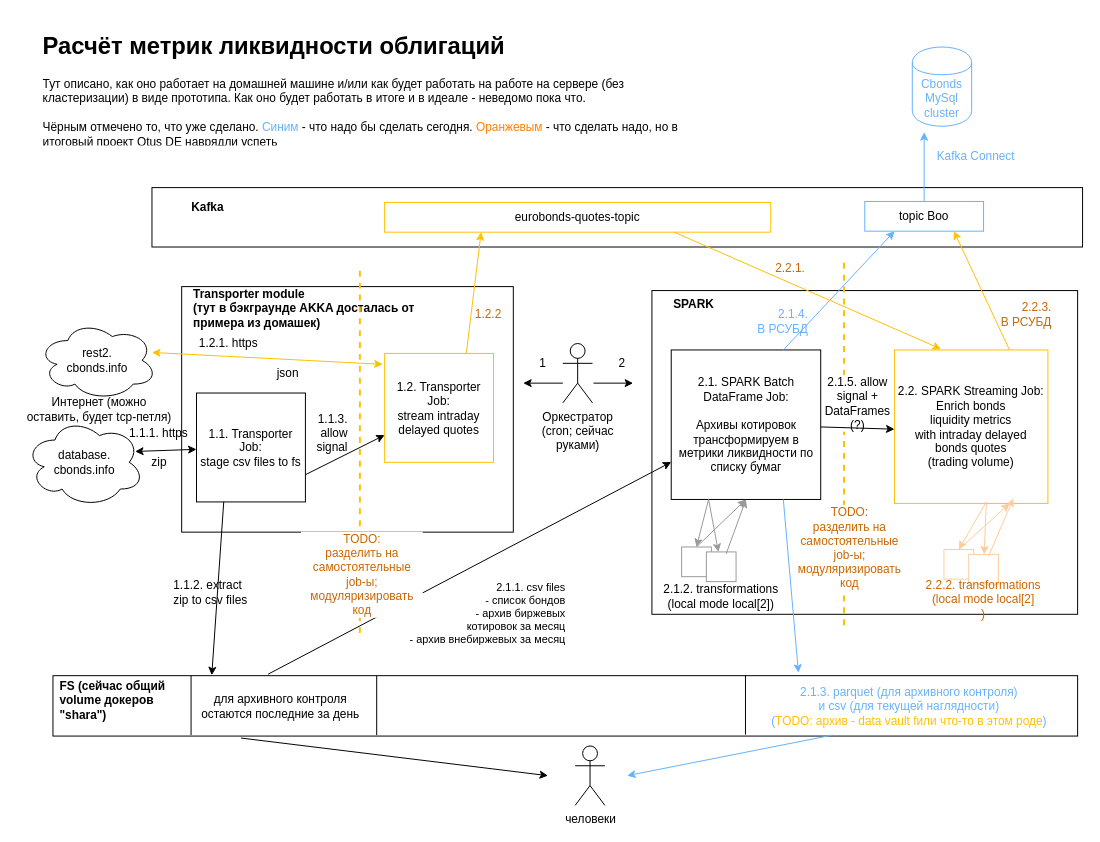
Earlier version of the draw.io diagram arch.drawio (sergei-baranov/eurobonds_liquidity). Source tidied: cells renumbered, new cells numbered last; positions are measured from the earlier drawing's top-left corner, leaving out a move shared by most shapes. Both pictures are drawn from the tidied source at 99%, with x=0, y=0 at pixel (17, 27).
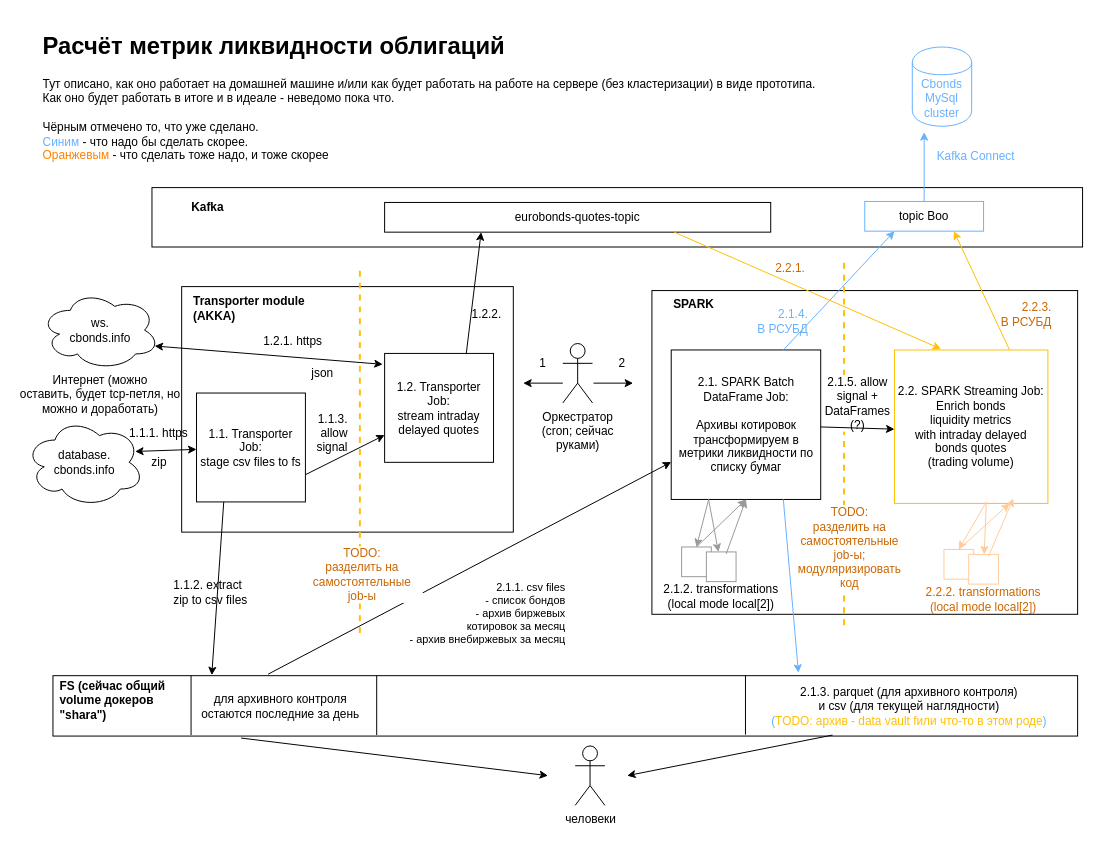
Above is the later version.

Commit message (it also covers changes not shown here):
отразил на схеме прогресс работы

What changed in the source:
```diff
@@
-    <mxCell id="5" value="Transporter module&lt;br&gt;(тут в бэкграунде AKKA досталась от примера из домашек)" style="text;html=1;strokeColor=none;fillColor=none;align=left;verticalAlign=middle;whiteSpace=wrap;rounded=0;fontStyle=1;" parent="1" vertex="1">
+    <mxCell id="5" value="Transporter module&lt;br&gt;(AKKA)" style="text;html=1;strokeColor=none;fillColor=none;align=left;verticalAlign=middle;whiteSpace=wrap;rounded=0;fontStyle=1;" parent="1" vertex="1">
       <mxGeometry x="176" y="274" width="270" height="20" as="geometry" />
     </mxCell>
@@
-    <mxCell id="9" value="1.2. Transporter Job:&lt;br&gt;stream intraday delayed quotes" style="whiteSpace=wrap;html=1;strokeColor=#FFC001;" parent="1" vertex="1">
+    <mxCell id="9" value="1.2. Transporter Job:&lt;br&gt;stream intraday delayed quotes" style="whiteSpace=wrap;html=1;strokeColor=#000000;fontColor=#000000;" parent="1" vertex="1">
       <mxGeometry x="371" y="329.5" width="110" height="110" as="geometry" />
     </mxCell>
@@
-    <mxCell id="16" value="rest2.&lt;br&gt;cbonds.info" style="ellipse;shape=cloud;whiteSpace=wrap;html=1;" parent="1" vertex="1">
-      <mxGeometry x="21" y="296.5" width="120" height="80" as="geometry" />
+    <mxCell id="16" value="ws.&lt;br&gt;cbonds.info" style="ellipse;shape=cloud;whiteSpace=wrap;html=1;" parent="1" vertex="1">
+      <mxGeometry x="23.5" y="266" width="120" height="80" as="geometry" />
     </mxCell>
     <mxCell id="17" value="1.2.1. https" style="text;html=1;strokeColor=none;fillColor=none;align=center;verticalAlign=middle;whiteSpace=wrap;rounded=0;" parent="1" vertex="1">
-      <mxGeometry x="181" y="310" width="65" height="20" as="geometry" />
+      <mxGeometry x="246" y="307" width="65" height="20" as="geometry" />
     </mxCell>
     <mxCell id="18" value="json" style="text;html=1;strokeColor=none;fillColor=none;align=center;verticalAlign=middle;whiteSpace=wrap;rounded=0;" parent="1" vertex="1">
-      <mxGeometry x="251" y="340" width="45" height="20" as="geometry" />
+      <mxGeometry x="286" y="340" width="45" height="20" as="geometry" />
     </mxCell>
-    <mxCell id="19" style="endArrow=classic;html=1;exitX=0.75;exitY=0;exitDx=0;exitDy=0;entryX=0.25;entryY=1;entryDx=0;entryDy=0;strokeColor=#FFC001;" parent="1" edge="1" source="9" target="47">
+    <mxCell id="19" style="endArrow=classic;html=1;exitX=0.75;exitY=0;exitDx=0;exitDy=0;entryX=0.25;entryY=1;entryDx=0;entryDy=0;strokeColor=#000000;" parent="1" edge="1" source="9" target="47">
       <mxGeometry relative="1" as="geometry" />
     </mxCell>
@@
-    <mxCell id="22" style="endArrow=classic;startArrow=classic;html=1;exitX=0.958;exitY=0.4;exitDx=0;exitDy=0;exitPerimeter=0;entryX=-0.018;entryY=0.1;entryDx=0;entryDy=0;entryPerimeter=0;fontColor=#000000;strokeColor=#FFC001;" parent="1" edge="1" source="16" target="9">
+    <mxCell id="22" style="endArrow=classic;startArrow=classic;html=1;exitX=0.96;exitY=0.7;exitDx=0;exitDy=0;exitPerimeter=0;entryX=-0.018;entryY=0.1;entryDx=0;entryDy=0;entryPerimeter=0;fontColor=#000000;strokeColor=#000000;" parent="1" edge="1" source="16" target="9">
       <mxGeometry relative="1" as="geometry" />
     </mxCell>
@@
-    <mxCell id="30" value="1.2.2" style="text;html=1;strokeColor=none;fillColor=none;align=center;verticalAlign=middle;whiteSpace=wrap;rounded=0;fontColor=#CC6600;" parent="1" vertex="1">
+    <mxCell id="30" value="1.2.2.&amp;nbsp;" style="text;html=1;strokeColor=none;fillColor=none;align=center;verticalAlign=middle;whiteSpace=wrap;rounded=0;fontColor=#000000;" parent="1" vertex="1">
       <mxGeometry x="456" y="279.5" width="40" height="20" as="geometry" />
     </mxCell>
@@
-    <mxCell id="41" value="2.1.3. parquet (для архивного контроля)&lt;br&gt;и csv (для текущей наглядности)&lt;br&gt;(&lt;font color=&quot;#ffc001&quot;&gt;TODO: архив - data vault fили что-то в этом роде&lt;/font&gt;)" style="text;html=1;strokeColor=none;fillColor=none;align=center;verticalAlign=middle;whiteSpace=wrap;rounded=0;fontColor=#66B2FF;labelBackgroundColor=none;" parent="1" vertex="1">
+    <mxCell id="41" value="&lt;font color=&quot;#000000&quot;&gt;2.1.3. parquet (для архивного контроля)&lt;br&gt;и csv (для текущей наглядности)&lt;/font&gt;&lt;br&gt;(&lt;font color=&quot;#ffc001&quot;&gt;TODO: архив - data vault fили что-то в этом роде&lt;/font&gt;)" style="text;html=1;strokeColor=none;fillColor=none;align=center;verticalAlign=middle;whiteSpace=wrap;rounded=0;fontColor=#66B2FF;labelBackgroundColor=none;" parent="1" vertex="1">
       <mxGeometry x="746" y="656" width="310" height="59" as="geometry" />
     </mxCell>
@@
-    <mxCell id="47" value="eurobonds-quotes-topic" style="rounded=0;whiteSpace=wrap;html=1;strokeColor=#FFC001;" parent="1" vertex="1">
+    <mxCell id="47" value="eurobonds-quotes-topic" style="rounded=0;whiteSpace=wrap;html=1;strokeColor=#000000;" parent="1" vertex="1">
       <mxGeometry x="371" y="177" width="390" height="30" as="geometry" />
     </mxCell>
@@
-    <mxCell id="50" value="TODO:&lt;br&gt;разделить на самостоятельные&lt;br&gt;job-ы; модуляризировать код" style="text;html=1;strokeColor=none;fillColor=none;align=center;verticalAlign=middle;whiteSpace=wrap;rounded=0;fontColor=#CC6600;labelBackgroundColor=#ffffff;" parent="1" vertex="1">
+    <mxCell id="50" value="TODO:&lt;br&gt;разделить на самостоятельные&lt;br&gt;job-ы" style="text;html=1;strokeColor=none;fillColor=none;align=center;verticalAlign=middle;whiteSpace=wrap;rounded=0;fontColor=#CC6600;labelBackgroundColor=#ffffff;" parent="1" vertex="1">
       <mxGeometry x="286" y="525.5" width="125" height="54" as="geometry" />
     </mxCell>
@@
-    <mxCell id="63" value="2.2.2. transformations&lt;br&gt;(local mode&amp;nbsp;local[2]&lt;br&gt;)" style="text;html=1;strokeColor=none;fillColor=none;align=center;verticalAlign=middle;whiteSpace=wrap;rounded=0;fontColor=#CC6600;" parent="1" vertex="1">
-      <mxGeometry x="911" y="567.5" width="130" height="20" as="geometry" />
+    <mxCell id="63" value="2.2.2. transformations&lt;br&gt;(local mode&amp;nbsp;local[2])" style="text;html=1;strokeColor=none;fillColor=none;align=center;verticalAlign=middle;whiteSpace=wrap;rounded=0;fontColor=#CC6600;" parent="1" vertex="1">
+      <mxGeometry x="896" y="568" width="160" height="20" as="geometry" />
     </mxCell>
@@
-    <mxCell id="65" value="Интернет (можно оставить,&amp;nbsp;будет tcp-петля)" style="text;html=1;strokeColor=none;fillColor=none;align=center;verticalAlign=middle;whiteSpace=wrap;rounded=0;fontColor=#000000;" parent="1" vertex="1">
-      <mxGeometry y="376" width="166" height="20" as="geometry" />
+    <mxCell id="65" value="Интернет (можно оставить,&amp;nbsp;будет tcp-петля, но можно и доработать)" style="text;html=1;strokeColor=none;fillColor=none;align=center;verticalAlign=middle;whiteSpace=wrap;rounded=0;fontColor=#000000;" parent="1" vertex="1">
+      <mxGeometry x="0.5" y="360.5" width="166" height="20" as="geometry" />
     </mxCell>
@@
-    <mxCell id="68" style="endArrow=classic;html=1;strokeColor=#66B2FF;strokeWidth=1;fontColor=#CC6600;exitX=0.25;exitY=1;exitDx=0;exitDy=0;" parent="1" edge="1" source="41">
+    <mxCell id="68" style="endArrow=classic;html=1;strokeColor=#000000;strokeWidth=1;fontColor=#000000;exitX=0.25;exitY=1;exitDx=0;exitDy=0;" parent="1" edge="1" source="41">
       <mxGeometry relative="1" as="geometry">
         <mxPoint x="616" y="756" as="targetPoint" />
       </mxGeometry>
     </mxCell>
-    <mxCell id="69" value="&lt;h1&gt;&lt;font color=&quot;#000000&quot;&gt;Расчёт метрик ликвидности облигаций&lt;/font&gt;&lt;/h1&gt;&lt;p&gt;&lt;font color=&quot;#000000&quot;&gt;Тут описано, как оно работает на домашней машине и/или как будет работать на работе на сервере (без кластеризации) в виде прототипа. Как оно будет работать в итоге и в идеале - неведомо пока что.&lt;br&gt;&lt;/font&gt;&lt;br&gt;&lt;font color=&quot;#000000&quot;&gt;Чёрным отмечено то, что уже сделано. &lt;/font&gt;&lt;font color=&quot;#66b2ff&quot;&gt;Синим &lt;/font&gt;&lt;font color=&quot;#000000&quot;&gt;- что надо бы сделать сегодня. &lt;/font&gt;&lt;font color=&quot;#ff8000&quot;&gt;Оранжевым &lt;/font&gt;&lt;font color=&quot;#000000&quot;&gt;- что сделать надо, но в итоговый проект Otus DE наврядли успеть&lt;/font&gt;&lt;/p&gt;" style="text;html=1;strokeColor=none;fillColor=none;spacing=5;spacingTop=-20;whiteSpace=wrap;overflow=hidden;rounded=0;labelBackgroundColor=none;fontColor=#CC6600;" parent="1" vertex="1">
-      <mxGeometry x="21" width="685" height="120" as="geometry" />
+    <mxCell id="69" value="&lt;h1&gt;&lt;font color=&quot;#000000&quot;&gt;Расчёт метрик ликвидности облигаций&lt;/font&gt;&lt;/h1&gt;&lt;p&gt;&lt;font color=&quot;#000000&quot;&gt;Тут описано, как оно работает на домашней машине и/или как будет работать на работе на сервере (без кластеризации) в виде прототипа.&lt;br&gt;Как оно будет работать в итоге и в идеале - неведомо пока что.&lt;br&gt;&lt;/font&gt;&lt;br&gt;&lt;font color=&quot;#000000&quot;&gt;Чёрным отмечено то, что уже сделано.&lt;br&gt;&lt;/font&gt;&lt;font color=&quot;#66b2ff&quot;&gt;Синим &lt;/font&gt;&lt;font color=&quot;#000000&quot;&gt;- что надо бы сделать скорее. &lt;br&gt;&lt;/font&gt;&lt;font color=&quot;#ff8000&quot;&gt;Оранжевым &lt;/font&gt;&lt;font color=&quot;#000000&quot;&gt;- что сделать тоже надо, и тоже скорее&lt;/font&gt;&lt;/p&gt;" style="text;html=1;strokeColor=none;fillColor=none;spacing=5;spacingTop=-20;whiteSpace=wrap;overflow=hidden;rounded=0;labelBackgroundColor=none;fontColor=#CC6600;" parent="1" vertex="1">
+      <mxGeometry x="21" width="815" height="146" as="geometry" />
     </mxCell>
```
